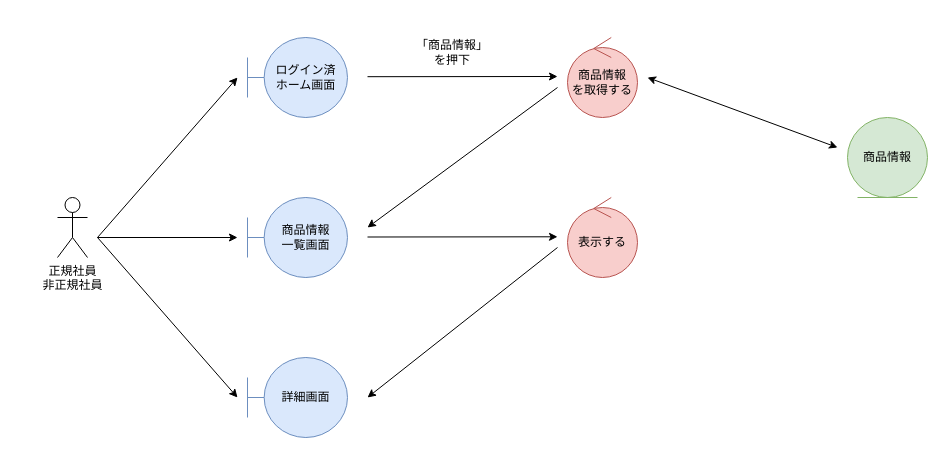
Before: page "*商品情報参照" (2 of 6) of 各種設計書/3ロバストネス図/商品情報管理/1.在庫管理.drawio in HaruShim/Sotuken, a draw.io diagram. Source tidied: cells renumbered, new cells numbered last; positions are measured from the earlier drawing's top-left corner, leaving out a move shared by most shapes. Both pictures are drawn from the tidied source at 100%, with x=0, y=0 at pixel (57, 37).
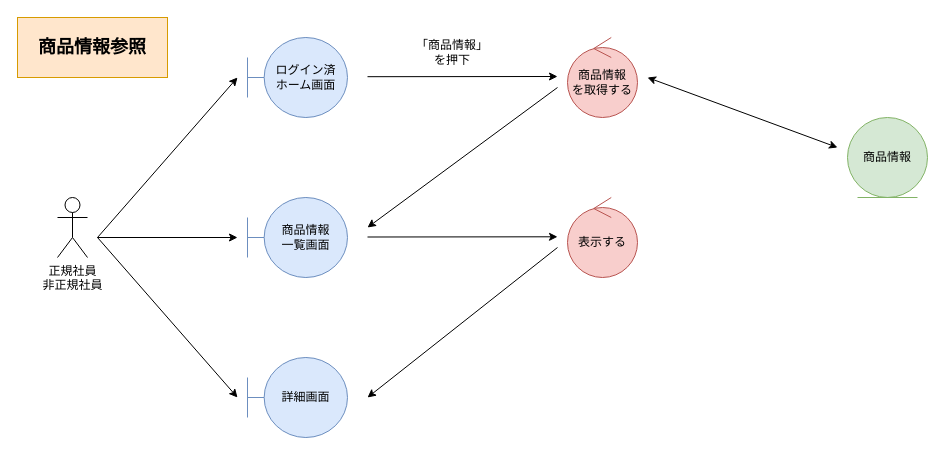
The same diagram, later.

The edit, as a diff of the source:
```diff
@@
+    <mxCell id="18" value="商品情報参照" style="rounded=0;whiteSpace=wrap;html=1;fillColor=#ffe6cc;strokeColor=#d79b00;fontStyle=1;fontSize=18;" parent="1" vertex="1">
+      <mxGeometry x="-40" y="-20" width="150" height="60" as="geometry" />
+    </mxCell>
```
